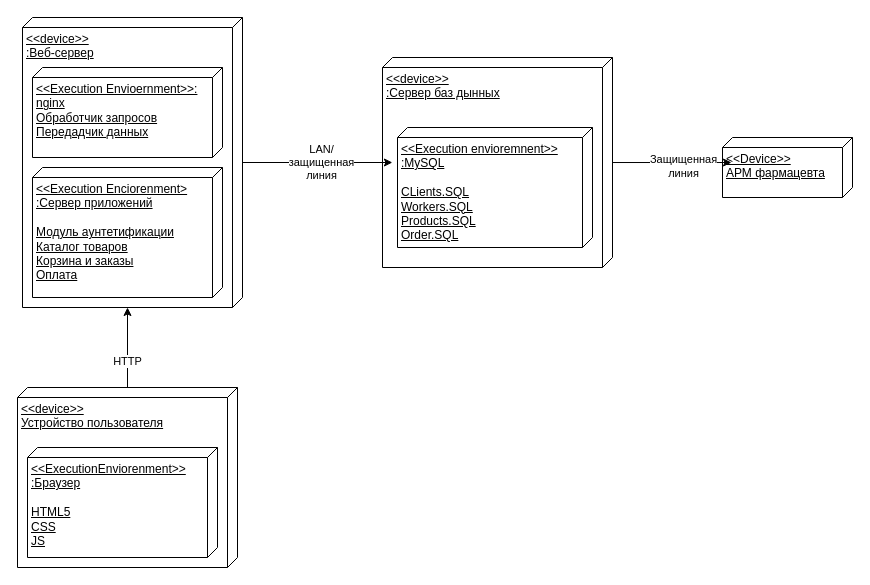
The draw.io diagram AKMS/PR_7/ihti.drawio in Idontlikeni/fourth_semestr, before the edit. Source tidied: cells renumbered, new cells numbered last; positions are measured from the earlier drawing's top-left corner, leaving out a move shared by most shapes. Both pictures are drawn from the tidied source at 100%, with x=0, y=0 at pixel (17, 17).
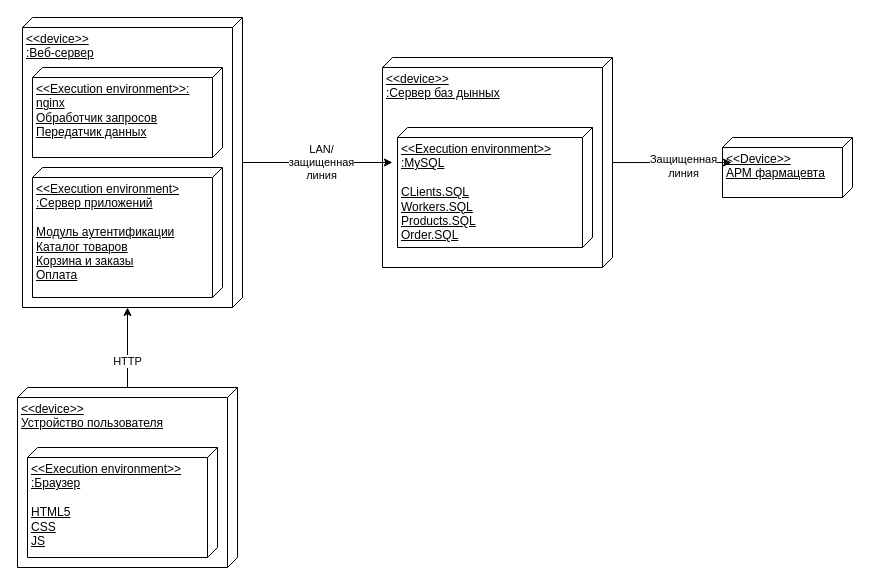
The same diagram, later.

The edit, as a diff of the source:
```diff
@@
 <mxGraphModel>
   <root>
     <mxCell id="0" />
     <mxCell id="1" parent="0" />
     <mxCell id="2" value="&amp;lt;&amp;lt;device&amp;gt;&amp;gt;&lt;br&gt;:Сервер баз дынных" style="verticalAlign=top;align=left;spacingTop=8;spacingLeft=2;spacingRight=12;shape=cube;size=10;direction=south;fontStyle=4;html=1;whiteSpace=wrap;" parent="1" vertex="1">
       <mxGeometry x="365" y="40" width="230" height="210" as="geometry" />
     </mxCell>
-    <mxCell id="3" value="&lt;div&gt;&amp;lt;&amp;lt;Execution envioremnent&amp;gt;&amp;gt;&lt;/div&gt;&lt;div&gt;:MySQL&lt;br&gt;&lt;br&gt;&lt;/div&gt;&lt;div&gt;&lt;font&gt;CLients.SQL&lt;br&gt;Workers.SQL&lt;br&gt;Products.SQL&lt;/font&gt;&lt;/div&gt;&lt;div&gt;&lt;font&gt;Order.SQL&lt;/font&gt;&lt;/div&gt;" style="verticalAlign=top;align=left;spacingTop=8;spacingLeft=2;spacingRight=12;shape=cube;size=10;direction=south;fontStyle=4;html=1;whiteSpace=wrap;" parent="1" vertex="1">
+    <mxCell id="3" value="&lt;div&gt;&amp;lt;&amp;lt;Execution environment&amp;gt;&amp;gt;&lt;/div&gt;&lt;div&gt;:MySQL&lt;br&gt;&lt;br&gt;&lt;/div&gt;&lt;div&gt;&lt;font&gt;CLients.SQL&lt;br&gt;Workers.SQL&lt;br&gt;Products.SQL&lt;/font&gt;&lt;/div&gt;&lt;div&gt;&lt;font&gt;Order.SQL&lt;/font&gt;&lt;/div&gt;" style="verticalAlign=top;align=left;spacingTop=8;spacingLeft=2;spacingRight=12;shape=cube;size=10;direction=south;fontStyle=4;html=1;whiteSpace=wrap;" parent="1" vertex="1">
       <mxGeometry x="380" y="110" width="195" height="120" as="geometry" />
     </mxCell>
     <mxCell id="4" value="&amp;lt;&amp;lt;device&amp;gt;&amp;gt;&lt;br&gt;&lt;div&gt;:Веб-сервер&lt;/div&gt;&lt;div&gt;&lt;br&gt;&lt;/div&gt;" style="verticalAlign=top;align=left;spacingTop=8;spacingLeft=2;spacingRight=12;shape=cube;size=10;direction=south;fontStyle=4;html=1;whiteSpace=wrap;" parent="1" vertex="1">
       <mxGeometry x="5" width="220" height="290" as="geometry" />
     </mxCell>
     <mxCell id="5" value="&amp;lt;&amp;lt;device&amp;gt;&amp;gt;&lt;br&gt;Устройство пользователя" style="verticalAlign=top;align=left;spacingTop=8;spacingLeft=2;spacingRight=12;shape=cube;size=10;direction=south;fontStyle=4;html=1;whiteSpace=wrap;" parent="1" vertex="1">
       <mxGeometry y="370" width="220" height="180" as="geometry" />
     </mxCell>
-    <mxCell id="6" value="&amp;lt;&amp;lt;ExecutionEnviorenment&amp;gt;&amp;gt;&lt;br&gt;&lt;div&gt;:Браузер&lt;br&gt;&lt;br&gt;HTML5&lt;/div&gt;&lt;div&gt;CSS&lt;/div&gt;&lt;div&gt;JS&lt;/div&gt;&lt;div&gt;&lt;br&gt;&lt;/div&gt;" style="verticalAlign=top;align=left;spacingTop=8;spacingLeft=2;spacingRight=12;shape=cube;size=10;direction=south;fontStyle=4;html=1;whiteSpace=wrap;" parent="1" vertex="1">
+    <mxCell id="6" value="&amp;lt;&amp;lt;Execution environment&amp;gt;&amp;gt;&lt;br&gt;&lt;div&gt;:Браузер&lt;br&gt;&lt;br&gt;HTML5&lt;/div&gt;&lt;div&gt;CSS&lt;/div&gt;&lt;div&gt;JS&lt;/div&gt;&lt;div&gt;&lt;br&gt;&lt;/div&gt;" style="verticalAlign=top;align=left;spacingTop=8;spacingLeft=2;spacingRight=12;shape=cube;size=10;direction=south;fontStyle=4;html=1;whiteSpace=wrap;" parent="1" vertex="1">
       <mxGeometry x="10" y="430" width="190" height="110" as="geometry" />
     </mxCell>
-    <mxCell id="7" value="&amp;lt;&amp;lt;Execution Enciorenment&amp;gt;&lt;br&gt;&lt;div&gt;:Сервер приложений&lt;/div&gt;&lt;div&gt;&lt;br&gt;&lt;/div&gt;&lt;div&gt;Модуль аунтетификации&lt;br&gt;Каталог товаров&lt;br&gt;Корзина и заказы&lt;br&gt;Оплата&lt;/div&gt;&lt;div&gt;&lt;br&gt;&lt;/div&gt;" style="verticalAlign=top;align=left;spacingTop=8;spacingLeft=2;spacingRight=12;shape=cube;size=10;direction=south;fontStyle=4;html=1;whiteSpace=wrap;" parent="1" vertex="1">
+    <mxCell id="7" value="&amp;lt;&amp;lt;Execution environment&amp;gt;&lt;br&gt;&lt;div&gt;:Сервер приложений&lt;/div&gt;&lt;div&gt;&lt;br&gt;&lt;/div&gt;&lt;div&gt;Модуль аутентификации&lt;br&gt;Каталог товаров&lt;br&gt;Корзина и заказы&lt;br&gt;Оплата&lt;/div&gt;&lt;div&gt;&lt;br&gt;&lt;/div&gt;" style="verticalAlign=top;align=left;spacingTop=8;spacingLeft=2;spacingRight=12;shape=cube;size=10;direction=south;fontStyle=4;html=1;whiteSpace=wrap;" parent="1" vertex="1">
       <mxGeometry x="15" y="150" width="190" height="130" as="geometry" />
     </mxCell>
-    <mxCell id="8" value="&lt;div&gt;&amp;lt;&amp;lt;Execution Envioernment&amp;gt;&amp;gt;:&lt;/div&gt;&lt;div&gt;nginx&lt;br&gt;Обработчик запросов&lt;br&gt;Передадчик данных&lt;/div&gt;" style="verticalAlign=top;align=left;spacingTop=8;spacingLeft=2;spacingRight=12;shape=cube;size=10;direction=south;fontStyle=4;html=1;whiteSpace=wrap;" parent="1" vertex="1">
+    <mxCell id="8" value="&lt;div&gt;&amp;lt;&amp;lt;Execution environment&amp;gt;&amp;gt;:&lt;/div&gt;&lt;div&gt;nginx&lt;br&gt;Обработчик запросов&lt;br&gt;Передатчик данных&lt;/div&gt;" style="verticalAlign=top;align=left;spacingTop=8;spacingLeft=2;spacingRight=12;shape=cube;size=10;direction=south;fontStyle=4;html=1;whiteSpace=wrap;" parent="1" vertex="1">
       <mxGeometry x="15" y="50" width="190" height="90" as="geometry" />
     </mxCell>
     <mxCell id="9" value="&amp;lt;&amp;lt;Device&amp;gt;&amp;gt;&lt;br&gt;АРМ фармацевта" style="verticalAlign=top;align=left;spacingTop=8;spacingLeft=2;spacingRight=12;shape=cube;size=10;direction=south;fontStyle=4;html=1;whiteSpace=wrap;" parent="1" vertex="1">
       <mxGeometry x="705" y="120" width="130" height="60" as="geometry" />
     </mxCell>
     <mxCell id="10" style="edgeStyle=orthogonalEdgeStyle;rounded=0;jettySize=auto;html=1;entryX=0;entryY=0;entryDx=290;entryDy=115;entryPerimeter=0;" parent="1" edge="1" source="5" target="4">
       <mxGeometry relative="1" as="geometry" />
     </mxCell>
     <mxCell id="11" value="HTTP" style="edgeLabel;html=1;align=center;verticalAlign=middle;" parent="10" vertex="1">
       <mxGeometry x="-0.33" y="1" relative="1" as="geometry" />
     </mxCell>
     <mxCell id="12" style="edgeStyle=orthogonalEdgeStyle;rounded=0;jettySize=auto;html=1;entryX=0.5;entryY=0.957;entryDx=0;entryDy=0;entryPerimeter=0;" parent="1" edge="1" source="4" target="2">
       <mxGeometry relative="1" as="geometry" />
     </mxCell>
     <mxCell id="13" value="&lt;div&gt;LAN/&lt;/div&gt;&lt;div&gt;защищенная&lt;/div&gt;&lt;div&gt;линия&lt;/div&gt;" style="edgeLabel;html=1;align=center;verticalAlign=middle;" parent="12" vertex="1">
       <mxGeometry x="0.04" y="1" relative="1" as="geometry" />
     </mxCell>
     <mxCell id="14" style="edgeStyle=orthogonalEdgeStyle;rounded=0;jettySize=auto;html=1;entryX=0.417;entryY=0.931;entryDx=0;entryDy=0;entryPerimeter=0;" parent="1" edge="1" source="2" target="9">
       <mxGeometry relative="1" as="geometry" />
     </mxCell>
     <mxCell id="15" value="Защищенная &lt;br&gt;линия" style="edgeLabel;html=1;align=center;verticalAlign=middle;" parent="14" vertex="1">
       <mxGeometry x="0.17" y="-3" relative="1" as="geometry" />
     </mxCell>
   </root>
 </mxGraphModel>
```
